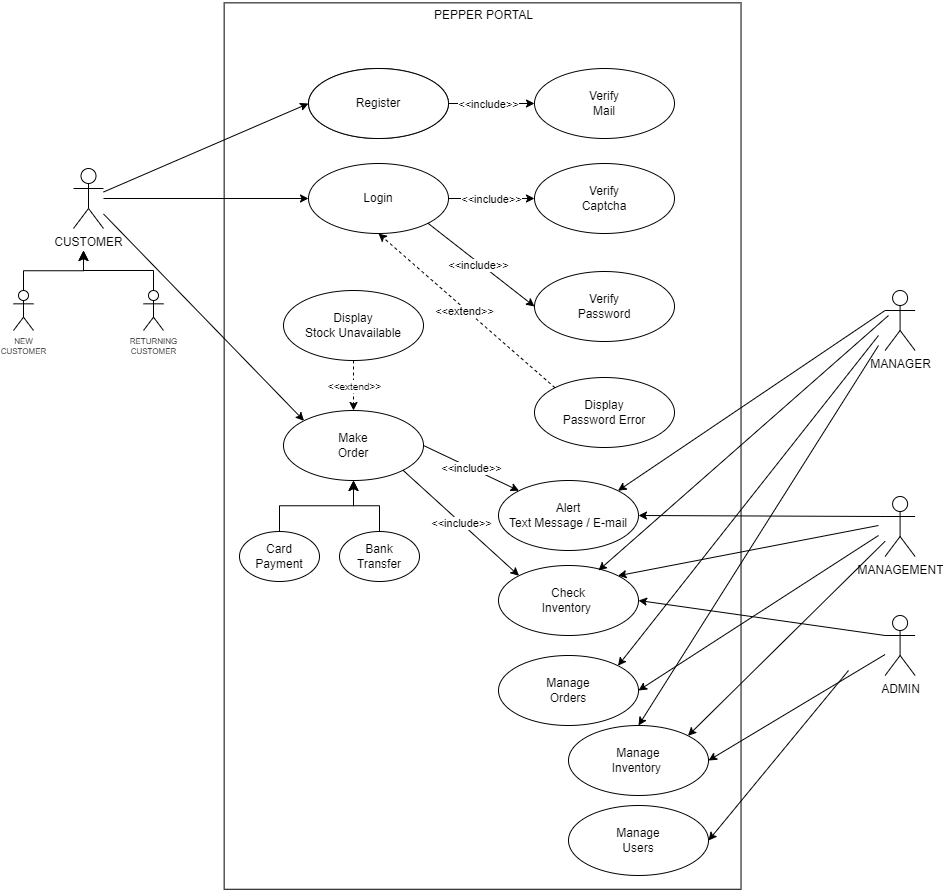
Before: Documentation/Charts/Usecase.png, a diagram exported from draw.io (AnushkaIsuranga/Stock_Portal_for_Spice_Co.). Source tidied: cells renumbered, new cells last; positions are measured from the earlier drawing's top-left corner, leaving out a move shared by most shapes.
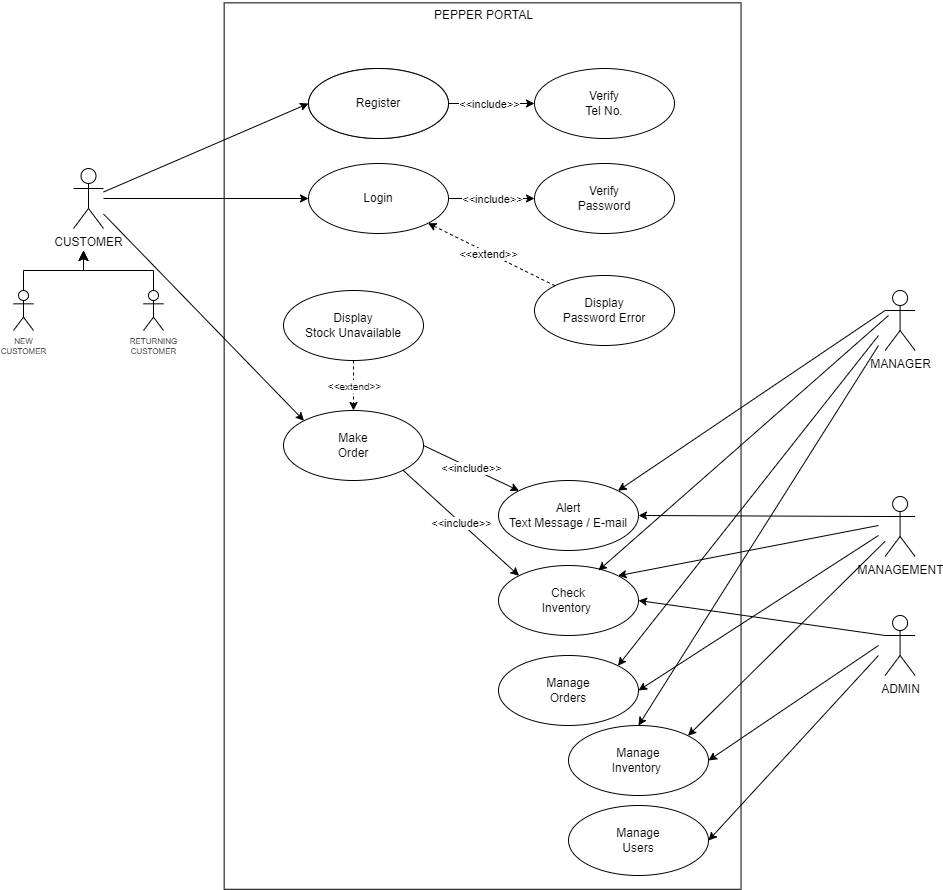
Above is the later version.

What changed in the source:
```diff
@@ -32,7 +32,7 @@
     <mxCell id="11" value="PEPPER PORTAL" style="text;html=1;align=center;verticalAlign=middle;strokeColor=none;fillColor=none;" parent="1" vertex="1">
       <mxGeometry x="410" width="120" height="30" as="geometry" />
     </mxCell>
-    <mxCell id="12" value="Verify&lt;br&gt;Mail" style="ellipse;whiteSpace=wrap;html=1;" parent="1" vertex="1">
+    <mxCell id="12" value="Verify&lt;br&gt;Tel No." style="ellipse;whiteSpace=wrap;html=1;" parent="1" vertex="1">
       <mxGeometry x="521" y="68" width="140" height="70" as="geometry" />
     </mxCell>
     <mxCell id="13" style="endArrow=classic;html=1;exitX=1;exitY=0.5;exitDx=0;exitDy=0;entryX=0;entryY=0.5;entryDx=0;entryDy=0;" parent="1" edge="1" source="5" target="12">
@@ -43,21 +43,10 @@
         <mxPoint x="-3" as="offset" />
       </mxGeometry>
     </mxCell>
-    <mxCell id="15" value="Verify&lt;br&gt;Password" style="ellipse;whiteSpace=wrap;html=1;" parent="1" vertex="1">
-      <mxGeometry x="521" y="271" width="140" height="70" as="geometry" />
-    </mxCell>
     <mxCell id="16" value="Display&lt;br&gt;Password Error" style="ellipse;whiteSpace=wrap;html=1;" parent="1" vertex="1">
-      <mxGeometry x="521" y="377" width="140" height="70" as="geometry" />
+      <mxGeometry x="521" y="275" width="140" height="70" as="geometry" />
     </mxCell>
-    <mxCell id="17" style="endArrow=classic;html=1;exitX=1;exitY=1;exitDx=0;exitDy=0;entryX=0;entryY=0.5;entryDx=0;entryDy=0;" parent="1" edge="1" source="9" target="15">
-      <mxGeometry relative="1" as="geometry" />
-    </mxCell>
-    <mxCell id="18" value="&amp;lt;&amp;lt;include&amp;gt;&amp;gt;" style="edgeLabel;html=1;align=center;verticalAlign=middle;" parent="17" vertex="1">
-      <mxGeometry relative="1" as="geometry">
-        <mxPoint x="-3" as="offset" />
-      </mxGeometry>
-    </mxCell>
-    <mxCell id="19" style="endArrow=classic;html=1;exitX=0;exitY=0;exitDx=0;exitDy=0;entryX=0.5;entryY=1;entryDx=0;entryDy=0;dashed=1;" parent="1" edge="1" source="16" target="9">
+    <mxCell id="19" style="endArrow=classic;html=1;exitX=0;exitY=0;exitDx=0;exitDy=0;entryX=1;entryY=1;entryDx=0;entryDy=0;dashed=1;" parent="1" edge="1" source="16" target="9">
       <mxGeometry relative="1" as="geometry" />
     </mxCell>
     <mxCell id="20" value="&amp;lt;&amp;lt;extend&amp;gt;&amp;gt;" style="edgeLabel;html=1;align=center;verticalAlign=middle;" parent="19" vertex="1">
@@ -65,7 +54,7 @@
         <mxPoint x="-3" as="offset" />
       </mxGeometry>
     </mxCell>
-    <mxCell id="21" value="Verify&lt;br&gt;Captcha" style="ellipse;whiteSpace=wrap;html=1;" parent="1" vertex="1">
+    <mxCell id="21" value="Verify&lt;br&gt;Password" style="ellipse;whiteSpace=wrap;html=1;" parent="1" vertex="1">
       <mxGeometry x="521" y="163" width="140" height="70" as="geometry" />
     </mxCell>
     <mxCell id="22" style="endArrow=classic;html=1;exitX=1;exitY=0.5;exitDx=0;exitDy=0;entryX=0;entryY=0.5;entryDx=0;entryDy=0;" parent="1" edge="1" source="9" target="21">
@@ -83,12 +72,6 @@
     <mxCell id="26" value="MANAGER" style="shape=umlActor;verticalLabelPosition=bottom;verticalAlign=top;html=1;outlineConnect=0;" parent="1" vertex="1">
       <mxGeometry x="871.6" y="290" width="30" height="60" as="geometry" />
     </mxCell>
-    <mxCell id="27" value="Card &lt;br&gt;Payment" style="ellipse;whiteSpace=wrap;html=1;" parent="1" vertex="1">
-      <mxGeometry x="226" y="531" width="80" height="50" as="geometry" />
-    </mxCell>
-    <mxCell id="28" value="Bank&lt;br&gt;Transfer" style="ellipse;whiteSpace=wrap;html=1;" parent="1" vertex="1">
-      <mxGeometry x="326" y="531" width="80" height="50" as="geometry" />
-    </mxCell>
     <mxCell id="29" value="Check&lt;br&gt;Inventory&amp;nbsp;" style="ellipse;whiteSpace=wrap;html=1;" parent="1" vertex="1">
       <mxGeometry x="485" y="565" width="140" height="70" as="geometry" />
     </mxCell>
@@ -129,14 +112,6 @@
     <mxCell id="40" value="ADMIN" style="shape=umlActor;verticalLabelPosition=bottom;verticalAlign=top;html=1;outlineConnect=0;" parent="1" vertex="1">
       <mxGeometry x="871.6" y="615" width="30" height="60" as="geometry" />
     </mxCell>
-    <mxCell id="41" style="edgeStyle=elbowEdgeStyle;elbow=vertical;endArrow=classic;html=1;curved=0;rounded=0;endSize=8;startSize=8;fontSize=8;exitX=0.5;exitY=0;exitDx=0;exitDy=0;entryX=0.5;entryY=1;entryDx=0;entryDy=0;" parent="1" edge="1" source="27" target="10">
-      <mxGeometry relative="1" as="geometry" />
-    </mxCell>
-    <mxCell id="42" style="edgeStyle=elbowEdgeStyle;elbow=vertical;endArrow=classic;html=1;curved=0;rounded=0;endSize=8;startSize=8;fontSize=8;exitX=0.5;exitY=0;exitDx=0;exitDy=0;" parent="1" edge="1" source="28">
-      <mxGeometry relative="1" as="geometry">
-        <mxPoint x="340" y="480" as="targetPoint" />
-      </mxGeometry>
-    </mxCell>
     <mxCell id="43" style="edgeStyle=elbowEdgeStyle;elbow=vertical;endArrow=classic;html=1;curved=0;rounded=0;endSize=8;startSize=8;fontSize=8;exitX=0.5;exitY=0;exitDx=0;exitDy=0;exitPerimeter=0;" parent="1" edge="1" source="24">
       <mxGeometry relative="1" as="geometry">
         <mxPoint x="70" y="250" as="targetPoint" />
@@ -164,8 +139,10 @@
     <mxCell id="48" style="endArrow=classic;html=1;fontSize=8;entryX=1;entryY=0.5;entryDx=0;entryDy=0;exitX=0;exitY=0.3333333333333333;exitDx=0;exitDy=0;exitPerimeter=0;" parent="1" edge="1" source="40" target="29">
       <mxGeometry relative="1" as="geometry" />
     </mxCell>
-    <mxCell id="49" style="endArrow=classic;html=1;fontSize=8;entryX=1;entryY=0.5;entryDx=0;entryDy=0;" parent="1" edge="1" source="40" target="32">
-      <mxGeometry relative="1" as="geometry" />
+    <mxCell id="49" style="endArrow=classic;html=1;fontSize=8;entryX=1;entryY=0.5;entryDx=0;entryDy=0;" parent="1" edge="1" target="32">
+      <mxGeometry relative="1" as="geometry">
+        <mxPoint x="865" y="645" as="sourcePoint" />
+      </mxGeometry>
     </mxCell>
     <mxCell id="50" value="Display&lt;br&gt;Stock Unavailable" style="ellipse;whiteSpace=wrap;html=1;" parent="1" vertex="1">
       <mxGeometry x="270" y="290" width="140" height="70" as="geometry" />
@@ -181,7 +158,7 @@
     </mxCell>
     <mxCell id="54" style="endArrow=classic;html=1;fontSize=11;entryX=1;entryY=0.5;entryDx=0;entryDy=0;" parent="1" edge="1" target="53">
       <mxGeometry relative="1" as="geometry">
-        <mxPoint x="835" y="670" as="sourcePoint" />
+        <mxPoint x="865" y="655" as="sourcePoint" />
       </mxGeometry>
     </mxCell>
     <mxCell id="55" value="Manage&lt;br&gt;Orders" style="ellipse;whiteSpace=wrap;html=1;" parent="1" vertex="1">
```
